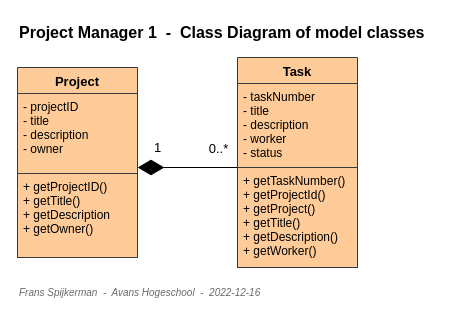
Earlier version of the draw.io diagram doc/Class_Diagram_Model.drawio (spijkerbak/project-manager-1). Source tidied: cells renumbered, new cells numbered last; positions are measured from the earlier drawing's top-left corner, leaving out a move shared by most shapes. Both pictures are drawn from the tidied source at 100%, with x=0, y=0 at pixel (17, 17).
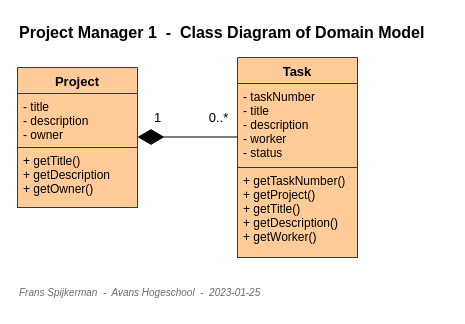
The same page after the edit.

Change to the diagram source:
```diff
@@
 <mxGraphModel>
   <root>
     <mxCell id="0" />
     <mxCell id="1" parent="0" />
     <mxCell id="2" value="Project" style="swimlane;fontStyle=1;align=center;verticalAlign=top;horizontal=1;startSize=26;rounded=0;shadow=0;strokeWidth=1;fillColor=#ffcc99;strokeColor=#36393d;fontSize=13;" parent="1" vertex="1">
-      <mxGeometry y="50" width="120" height="190" as="geometry" />
+      <mxGeometry y="50" width="120" height="140" as="geometry" />
     </mxCell>
-    <mxCell id="3" value="- projectID&#10;- title&#10;- description&#10;- owner" style="text;align=left;verticalAlign=top;spacingLeft=4;spacingRight=4;overflow=hidden;fillColor=#ffcc99;strokeColor=#36393d;strokeWidth=1;" parent="2" vertex="1">
-      <mxGeometry y="26" width="120" height="80" as="geometry" />
+    <mxCell id="3" value="- title&#10;- description&#10;- owner" style="text;align=left;verticalAlign=top;spacingLeft=4;spacingRight=4;overflow=hidden;fillColor=#ffcc99;strokeColor=#36393d;strokeWidth=1;" parent="2" vertex="1">
+      <mxGeometry y="26" width="120" height="54" as="geometry" />
     </mxCell>
-    <mxCell id="4" value="+ getProjectID()&#10;+ getTitle()&#10;+ getDescription&#10;+ getOwner()&#10;" style="text;align=left;verticalAlign=top;spacingLeft=4;spacingRight=4;overflow=hidden;fillColor=#ffcc99;strokeColor=#36393d;strokeWidth=1;" parent="2" vertex="1">
-      <mxGeometry y="106" width="120" height="84" as="geometry" />
+    <mxCell id="4" value="+ getTitle()&#10;+ getDescription&#10;+ getOwner()&#10;" style="text;align=left;verticalAlign=top;spacingLeft=4;spacingRight=4;overflow=hidden;fillColor=#ffcc99;strokeColor=#36393d;strokeWidth=1;" parent="2" vertex="1">
+      <mxGeometry y="80" width="120" height="60" as="geometry" />
     </mxCell>
     <mxCell id="5" value="Task" style="swimlane;fontStyle=1;align=center;verticalAlign=top;horizontal=1;startSize=26;rounded=0;shadow=0;strokeWidth=1;fillColor=#ffcc99;strokeColor=#36393d;fontSize=13;" parent="1" vertex="1">
-      <mxGeometry x="220" y="40" width="120" height="210" as="geometry" />
+      <mxGeometry x="220" y="40" width="120" height="200" as="geometry" />
     </mxCell>
     <mxCell id="6" value="- taskNumber&#10;- title&#10;- description&#10;- worker&#10;- status" style="text;align=left;verticalAlign=top;spacingLeft=4;spacingRight=4;overflow=hidden;fillColor=#ffcc99;strokeColor=#36393d;strokeWidth=1;" parent="5" vertex="1">
       <mxGeometry y="26" width="120" height="84" as="geometry" />
     </mxCell>
-    <mxCell id="7" value="+ getTaskNumber()&#10;+ getProjectId()&#10;+ getProject()&#10;+ getTitle()&#10;+ getDescription()&#10;+ getWorker()&#10;" style="text;align=left;verticalAlign=top;spacingLeft=4;spacingRight=4;overflow=hidden;fillColor=#ffcc99;strokeColor=#36393d;strokeWidth=1;" parent="5" vertex="1">
-      <mxGeometry y="110" width="120" height="100" as="geometry" />
+    <mxCell id="7" value="+ getTaskNumber()&#10;+ getProject()&#10;+ getTitle()&#10;+ getDescription()&#10;+ getWorker()&#10;" style="text;align=left;verticalAlign=top;spacingLeft=4;spacingRight=4;overflow=hidden;fillColor=#ffcc99;strokeColor=#36393d;strokeWidth=1;" parent="5" vertex="1">
+      <mxGeometry y="110" width="120" height="90" as="geometry" />
     </mxCell>
     <mxCell id="8" value="1" style="endArrow=diamondThin;endFill=1;endSize=24;html=1;rounded=0;strokeWidth=1;fontSize=13;" parent="1" edge="1">
       <mxGeometry x="0.6" y="-20" relative="1" as="geometry">
-        <mxPoint x="220" y="150" as="sourcePoint" />
-        <mxPoint x="120" y="150" as="targetPoint" />
+        <mxPoint x="220" y="119.5" as="sourcePoint" />
+        <mxPoint x="120" y="119.5" as="targetPoint" />
       </mxGeometry>
     </mxCell>
     <mxCell id="9" value="0..*" style="edgeLabel;html=1;align=center;verticalAlign=middle;fontSize=13;" parent="8" vertex="1">
       <mxGeometry x="-0.32" y="1" relative="1" as="geometry">
         <mxPoint x="14" y="-21" as="offset" />
       </mxGeometry>
     </mxCell>
-    <mxCell id="10" value="Project Manager 1&amp;nbsp; -&amp;nbsp; Class Diagram of model classes" style="text;html=1;align=left;verticalAlign=middle;strokeColor=none;fillColor=none;fontSize=16;fontStyle=1;" parent="1" vertex="1">
+    <mxCell id="10" value="Project Manager 1&amp;nbsp; -&amp;nbsp; Class Diagram of Domain Model" style="text;html=1;align=left;verticalAlign=middle;strokeColor=none;fillColor=none;fontSize=16;fontStyle=1;" parent="1" vertex="1">
       <mxGeometry width="430" height="30" as="geometry" />
     </mxCell>
-    <mxCell id="11" value="Frans Spijkerman&amp;nbsp; -&amp;nbsp; Avans Hogeschool&amp;nbsp; -&amp;nbsp; 2022-12-16" style="text;html=1;align=left;verticalAlign=middle;fontSize=10;fontStyle=2;labelBackgroundColor=none;fontColor=#696969;" parent="1" vertex="1">
+    <mxCell id="11" value="Frans Spijkerman&amp;nbsp; -&amp;nbsp; Avans Hogeschool&amp;nbsp; -&amp;nbsp; 2023-01-25" style="text;html=1;align=left;verticalAlign=middle;fontSize=10;fontStyle=2;labelBackgroundColor=none;fontColor=#696969;" parent="1" vertex="1">
       <mxGeometry y="260" width="260" height="30" as="geometry" />
     </mxCell>
   </root>
 </mxGraphModel>
```
